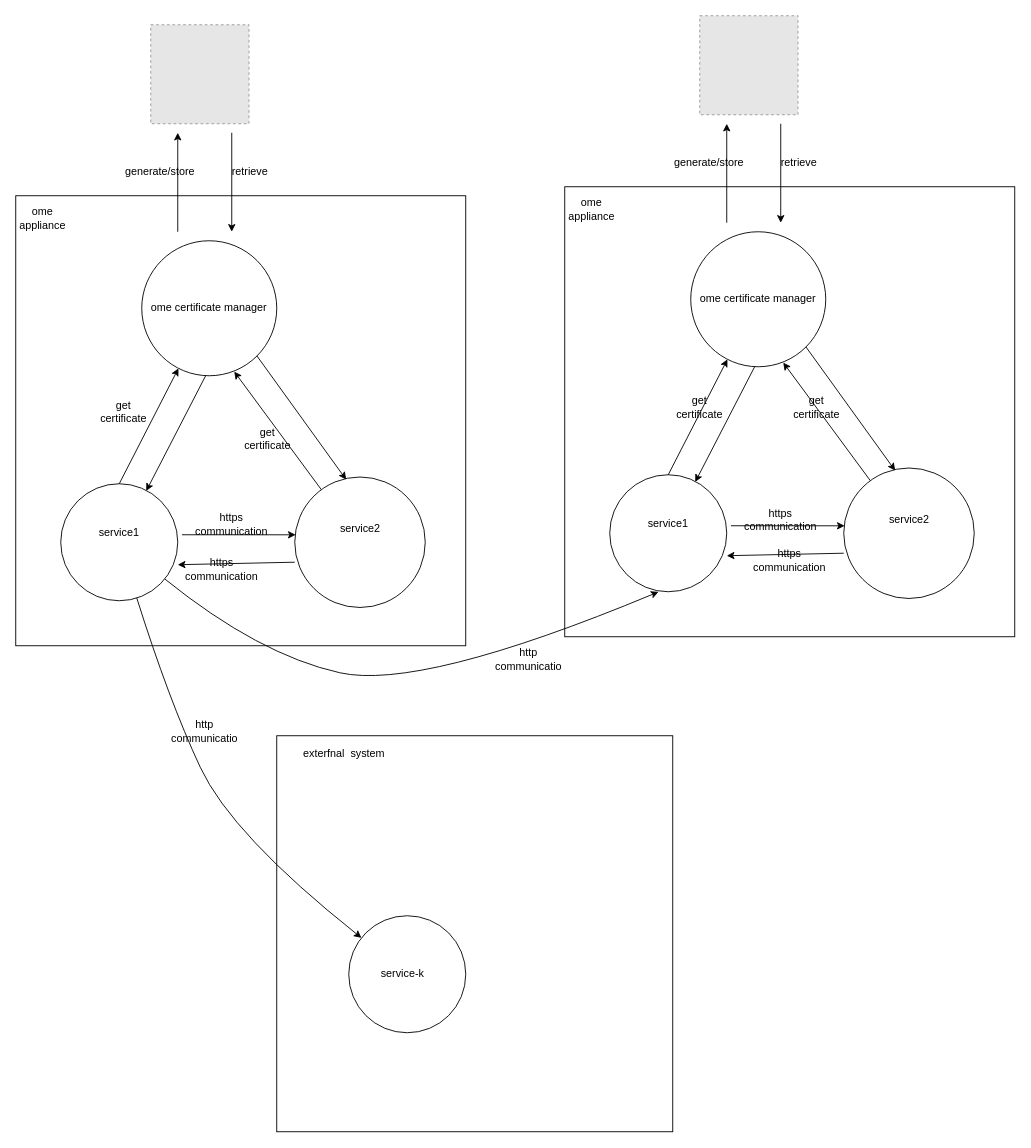
Before: Untitled Diagram.drawio in bhaskarb7/sample, a draw.io diagram. Source tidied: cells renumbered, new cells numbered last; positions are measured from the earlier drawing's top-left corner, leaving out a move shared by most shapes. Both pictures are drawn from the tidied source at 90%, with x=0, y=0 at pixel (15, 15). Pictures stored in the file or linked from it are replaced by grey dashed boxes.
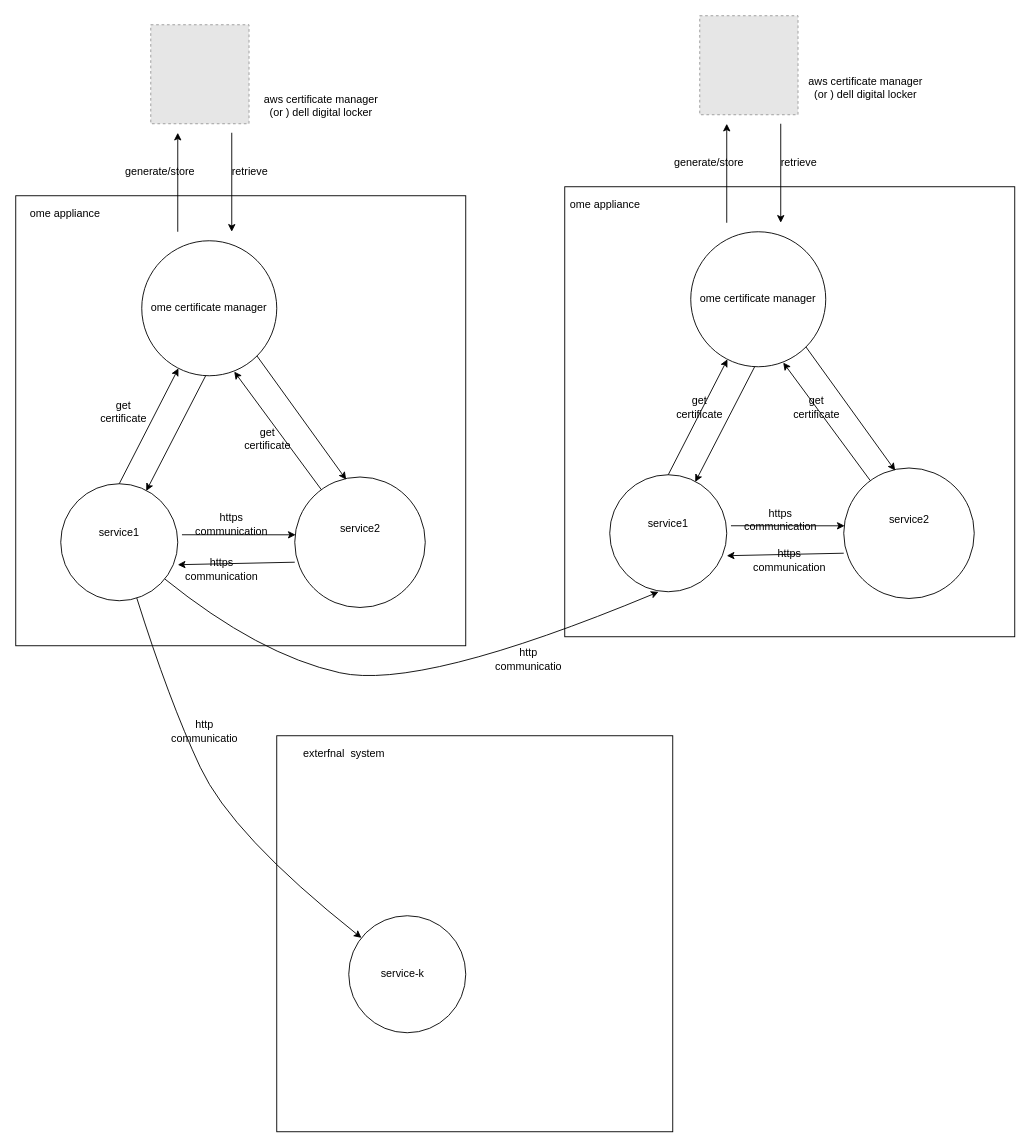
The same diagram, later.

Commit message (it also covers changes not shown here):
cert manager

Change to the diagram source:
```diff
@@
     <mxCell id="10" value="ome appliance" style="text;html=1;strokeColor=none;fillColor=none;align=center;verticalAlign=middle;whiteSpace=wrap;rounded=0;" parent="1" vertex="1">
-      <mxGeometry y="210" width="60" height="30" as="geometry" />
+      <mxGeometry y="210" width="110" height="20" as="geometry" />
     </mxCell>
@@
     <mxCell id="31" value="ome appliance" style="text;html=1;strokeColor=none;fillColor=none;align=center;verticalAlign=middle;whiteSpace=wrap;rounded=0;" parent="1" vertex="1">
-      <mxGeometry x="610" y="200" width="60" height="30" as="geometry" />
+      <mxGeometry x="610" y="200" width="90" height="20" as="geometry" />
     </mxCell>
@@
+    <mxCell id="54" value="aws certificate manager &lt;br&gt;(or ) dell digital locker" style="text;html=1;align=center;verticalAlign=middle;strokeColor=none;fillColor=none;" parent="1" vertex="1">
+      <mxGeometry x="264.2" y="80" width="150" height="40" as="geometry" />
+    </mxCell>
+    <mxCell id="55" value="aws certificate manager &lt;br&gt;(or ) dell digital locker" style="text;html=1;align=center;verticalAlign=middle;strokeColor=none;fillColor=none;" parent="1" vertex="1">
+      <mxGeometry x="869.2" y="60" width="150" height="40" as="geometry" />
+    </mxCell>
```
